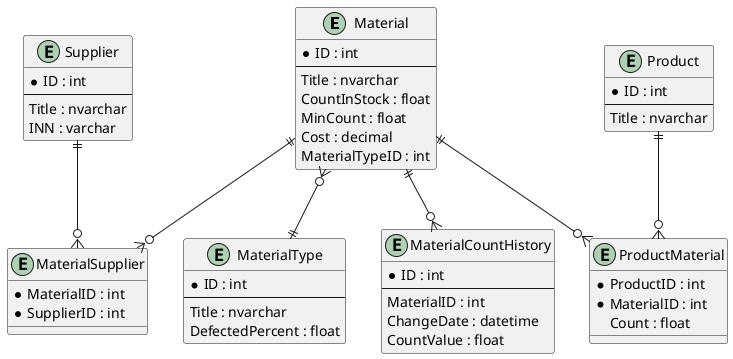
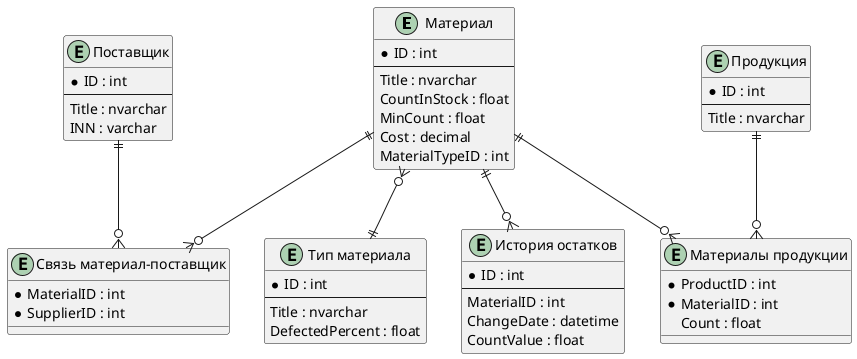
﻿@startuml
- entity Material {
+ entity "Материал" as Material {
  * ID : int
  --
  Title : nvarchar
  CountInStock : float
  MinCount : float
  Cost : decimal
  MaterialTypeID : int
}
- entity MaterialType {
+ entity "Тип материала" as MaterialType {
  * ID : int
  --
  Title : nvarchar
  DefectedPercent : float
}
- entity Supplier {
+ entity "Поставщик" as Supplier {
  * ID : int
  --
  Title : nvarchar
  INN : varchar
}
- entity MaterialSupplier {
+ entity "Связь материал-поставщик" as MaterialSupplier {
  * MaterialID : int
  * SupplierID : int
}
- entity MaterialCountHistory {
+ entity "История остатков" as MaterialCountHistory {
  * ID : int
  --
  MaterialID : int
  ChangeDate : datetime
  CountValue : float
}
- entity Product {
+ entity "Продукция" as Product {
  * ID : int
  --
  Title : nvarchar
}
- entity ProductMaterial {
+ entity "Материалы продукции" as ProductMaterial {
  * ProductID : int
  * MaterialID : int
  Count : float
}
Material }o--|| MaterialType
Material ||--o{ MaterialSupplier
Supplier ||--o{ MaterialSupplier
Material ||--o{ MaterialCountHistory
Material ||--o{ ProductMaterial
Product ||--o{ ProductMaterial
@enduml
